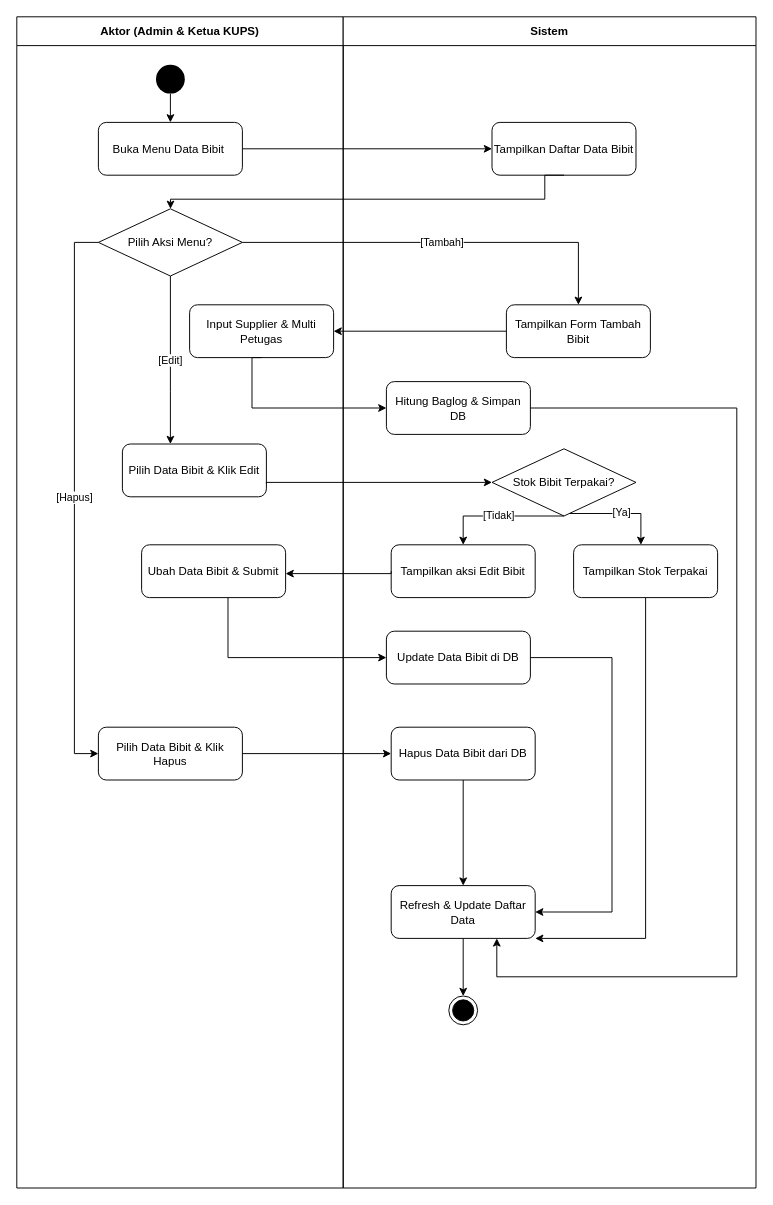
The draw.io diagram page "Admin & Ketua: Kelola Data Bibit" (2 of 16) of activity_diagram_lengkap.drawio in DaraAnggunJelita/jamur_tiram, before the edit. Source tidied: cells renumbered, new cells numbered last; positions are measured from the earlier drawing's top-left corner, leaving out a move shared by most shapes. Both pictures are drawn from the tidied source at 96%, with x=0, y=0 at pixel (16, 16).
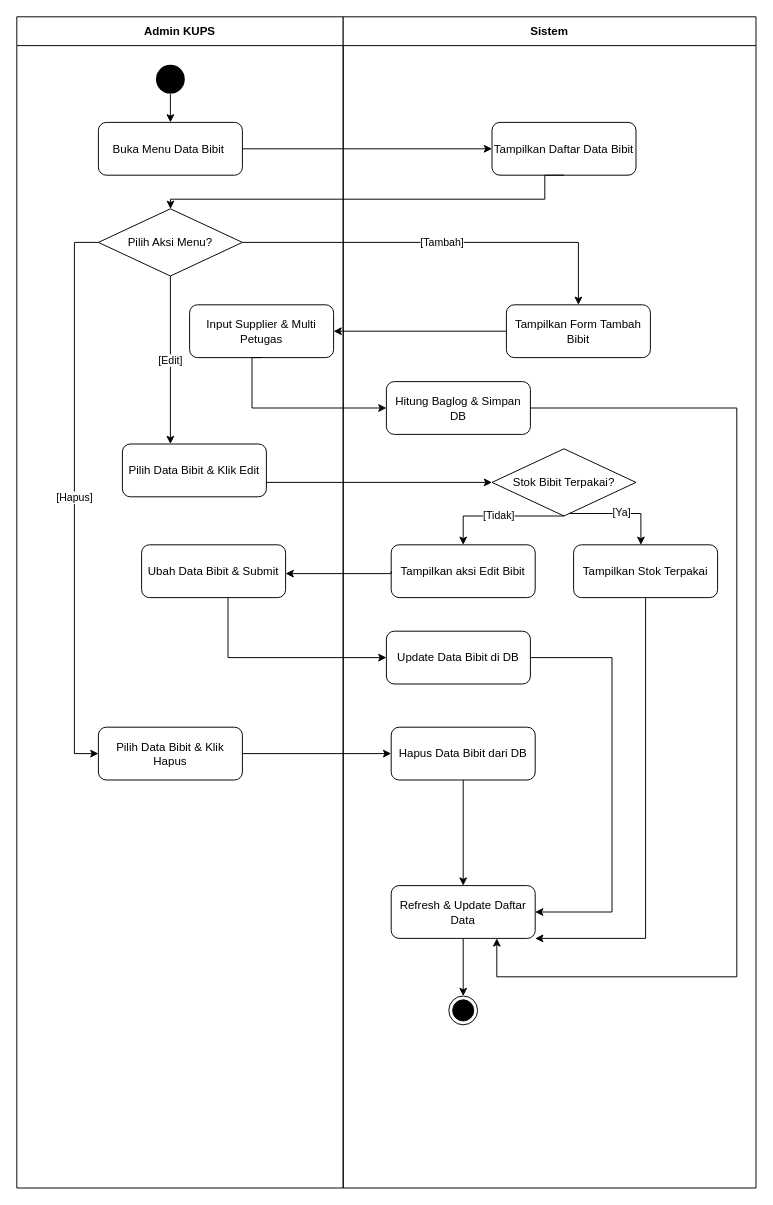
Above is the later version.

Diff of the diagram source:
```diff
@@
-    <mxCell id="2" value="Aktor (Admin &amp; Ketua KUPS)" style="swimlane;whiteSpace=wrap;html=1;startSize=30;" parent="1" vertex="1">
+    <mxCell id="2" value="Admin KUPS" style="swimlane;whiteSpace=wrap;html=1;startSize=30;" parent="1" vertex="1">
       <mxGeometry width="340" height="1220" as="geometry" />
     </mxCell>
```
